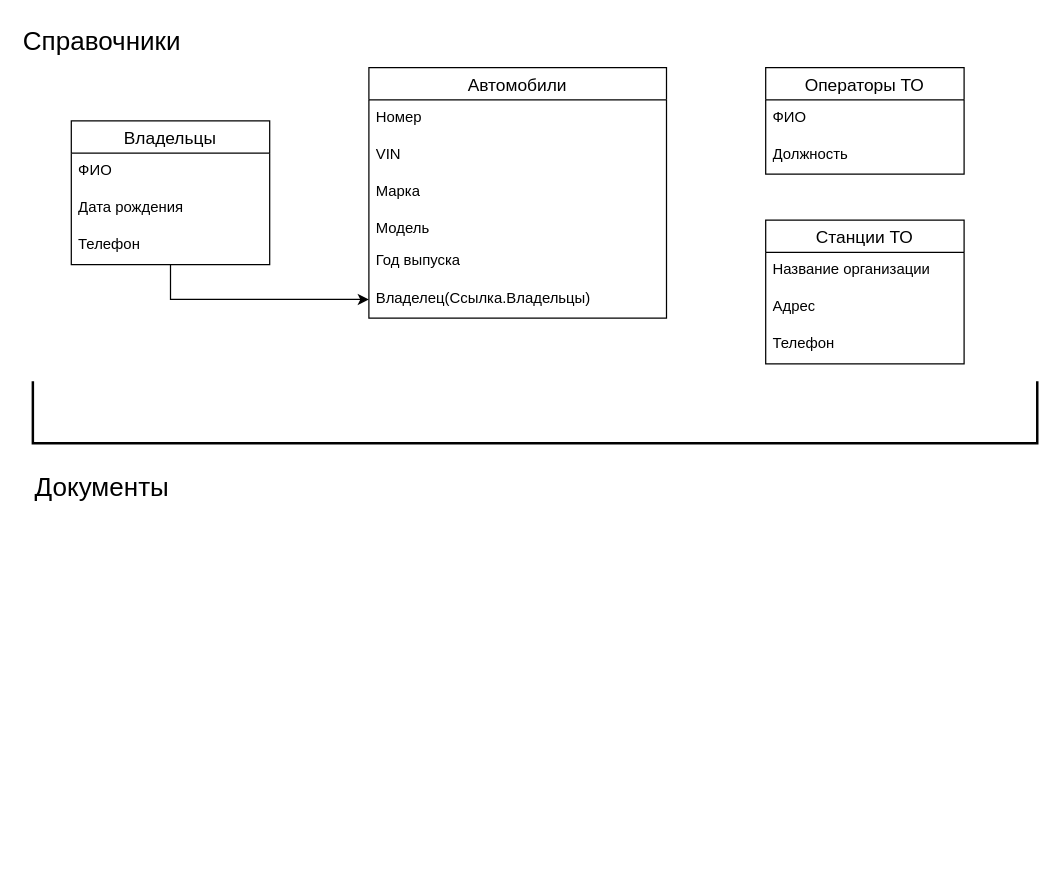
The draw.io diagram Диаграмма без названия.drawio in MaksParkin2k04/1-, before the edit. Source tidied: cells renumbered, new cells numbered last; positions are measured from the earlier drawing's top-left corner, leaving out a move shared by most shapes. Both pictures are drawn from the tidied source at 124%, with x=0, y=0 at pixel (21, 21).
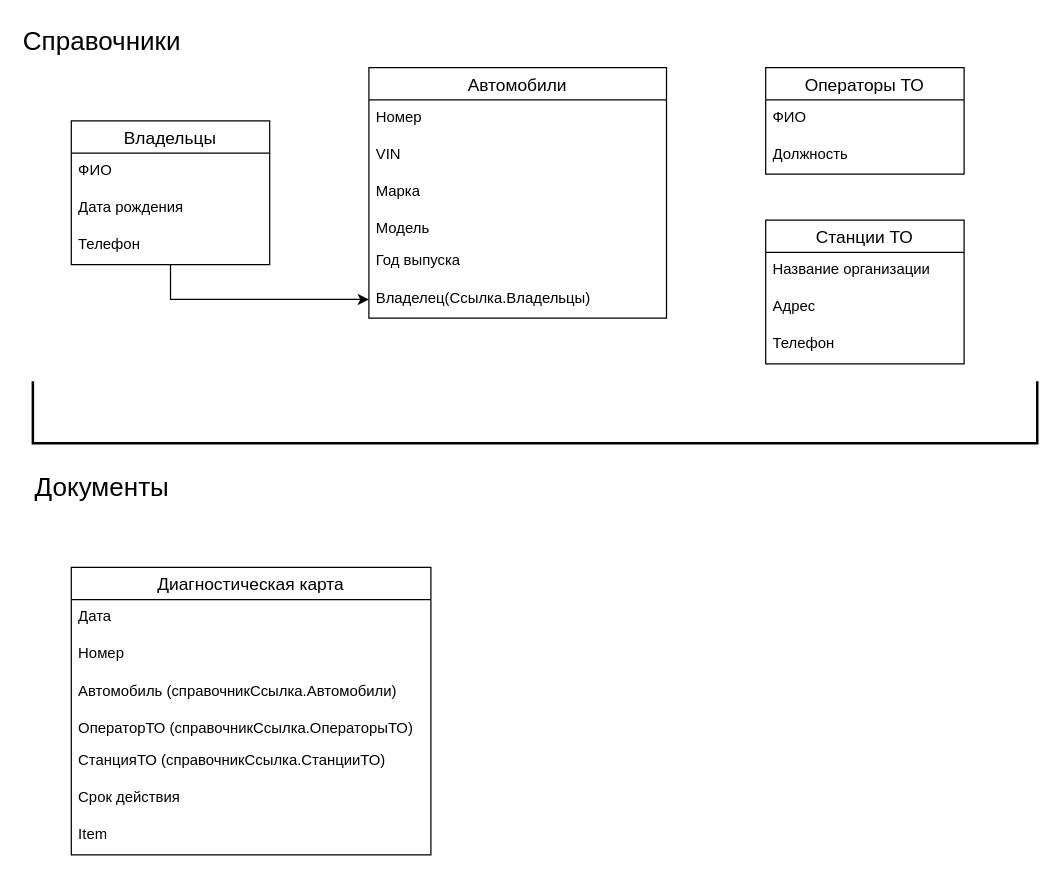
The same diagram, later.

What changed in the source:
```diff
@@
+    <mxCell id="24" value="Диагностическая карта" style="swimlane;fontStyle=0;horizontal=1;startSize=26;align=center;fontSize=14;" parent="1" vertex="1">
+      <mxGeometry x="40" y="440" width="290" height="232" as="geometry" />
+    </mxCell>
+    <mxCell id="25" value="Дата" style="text;strokeColor=none;fillColor=none;spacingLeft=4;spacingRight=4;overflow=hidden;fontSize=12;whiteSpace=wrap;html=1;" parent="24" vertex="1">
+      <mxGeometry y="26" width="290" height="30" as="geometry" />
+    </mxCell>
+    <mxCell id="26" value="Номер" style="text;strokeColor=none;fillColor=none;spacingLeft=4;spacingRight=4;overflow=hidden;fontSize=12;whiteSpace=wrap;html=1;" parent="24" vertex="1">
+      <mxGeometry y="56" width="290" height="30" as="geometry" />
+    </mxCell>
+    <mxCell id="27" value="Автомобиль (справочникСсылка.Автомобили)" style="text;strokeColor=none;fillColor=none;spacingLeft=4;spacingRight=4;overflow=hidden;fontSize=12;whiteSpace=wrap;html=1;" parent="24" vertex="1">
+      <mxGeometry y="86" width="290" height="30" as="geometry" />
+    </mxCell>
+    <mxCell id="28" value="ОператорТО (справочникСсылка.ОператорыТО)" style="text;strokeColor=none;fillColor=none;spacingLeft=4;spacingRight=4;overflow=hidden;fontSize=12;whiteSpace=wrap;html=1;" parent="24" vertex="1">
+      <mxGeometry y="116" width="290" height="26" as="geometry" />
+    </mxCell>
+    <mxCell id="29" value="СтанцияТО (справочникСсылка.СтанцииТО)" style="text;strokeColor=none;fillColor=none;spacingLeft=4;spacingRight=4;overflow=hidden;fontSize=12;whiteSpace=wrap;html=1;" parent="24" vertex="1">
+      <mxGeometry y="142" width="290" height="30" as="geometry" />
+    </mxCell>
+    <mxCell id="30" value="Срок действия" style="text;strokeColor=none;fillColor=none;spacingLeft=4;spacingRight=4;overflow=hidden;fontSize=12;whiteSpace=wrap;html=1;" parent="24" vertex="1">
+      <mxGeometry y="172" width="290" height="30" as="geometry" />
+    </mxCell>
+    <mxCell id="31" value="Item" style="text;strokeColor=none;fillColor=none;spacingLeft=4;spacingRight=4;overflow=hidden;fontSize=12;whiteSpace=wrap;html=1;" parent="24" vertex="1">
+      <mxGeometry y="202" width="290" height="30" as="geometry" />
+    </mxCell>
```
